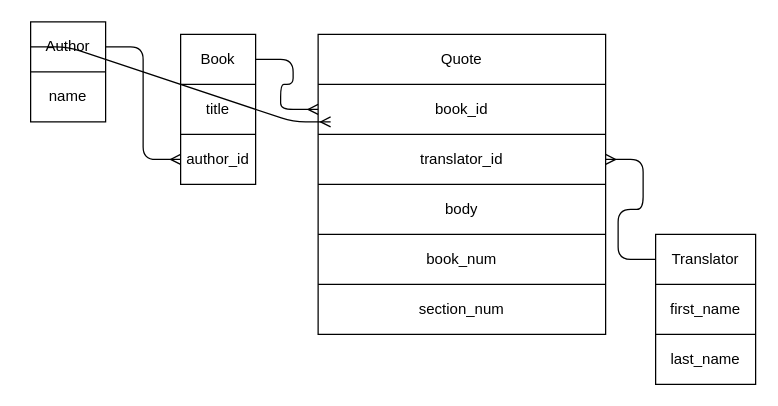
Earlier version of the draw.io diagram stubbed_out_database.drawio (DavidRMorphew/stoic-journal-backend). Source tidied: cells renumbered, new cells numbered last; positions are measured from the earlier drawing's top-left corner, leaving out a move shared by most shapes. Both pictures are drawn from the tidied source at 125%, with x=0, y=0 at pixel (30, 21).
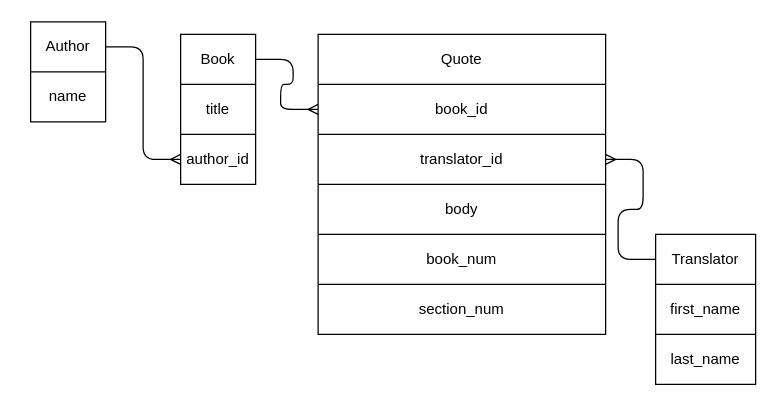
The same diagram, later.

Commit message (it also covers changes not shown here):
add memoized find_or_create_author_by_name

The change refers to these unchanged cells:
```xml
<mxCell id="16" style="shape=partialRectangle;fillColor=none;top=0;left=0;bottom=0;right=0;points=[[0,0.5],[1,0.5]];portConstraint=eastwest;" parent="15" vertex="1">
  <mxGeometry width="60" height="40" as="geometry" />
</mxCell>
```

What changed in the source:
```diff
@@
-    <mxCell id="35" style="edgeStyle=entityRelationEdgeStyle;fontSize=12;html=1;endArrow=ERmany;exitX=0;exitY=0.5;exitDx=0;exitDy=0;entryX=1;entryY=0.5;entryDx=0;entryDy=0;" parent="1" edge="1" source="16">
-      <mxGeometry relative="1" as="geometry">
-        <mxPoint x="240" y="80" as="targetPoint" />
-      </mxGeometry>
-    </mxCell>
```
